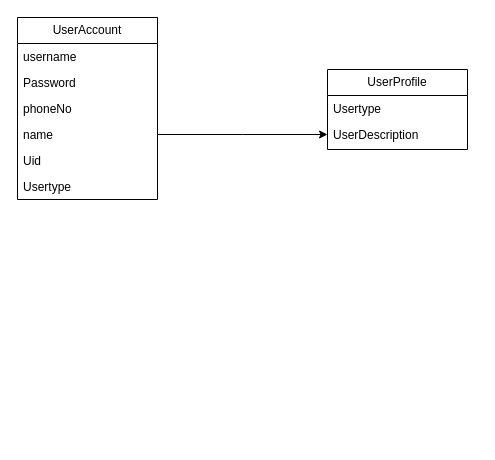
The draw.io diagram page "Page-16" (16 of 19) of BCE.drawio in junrenx/Diagrams, before the edit. Source tidied: cells renumbered, new cells numbered last; positions are measured from the earlier drawing's top-left corner, leaving out a move shared by most shapes. Both pictures are drawn from the tidied source at 100%, with x=0, y=0 at pixel (17, 17).
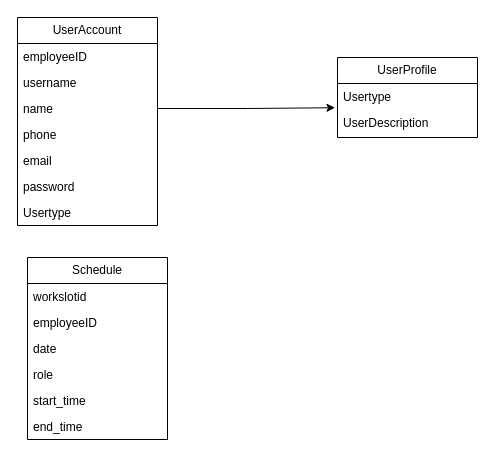
The same page after the edit.

The change refers to these unchanged cells:
```xml
<mxCell id="10" value="Usertype" style="text;strokeColor=none;fillColor=none;align=left;verticalAlign=top;spacingLeft=4;spacingRight=4;overflow=hidden;points=[[0,0.5],[1,0.5]];portConstraint=eastwest;whiteSpace=wrap;html=1;" parent="9" vertex="1">
  <mxGeometry y="26" width="140" height="26" as="geometry" />
</mxCell>
```

What changed in the source:
```diff
@@
     <mxCell id="2" value="UserAccount" style="swimlane;fontStyle=0;horizontal=1;startSize=26;fillColor=none;whiteSpace=wrap;html=1;" parent="1" vertex="1">
-      <mxGeometry width="140" height="182" as="geometry" />
+      <mxGeometry width="140" height="208" as="geometry" />
     </mxCell>
+    <mxCell id="7" value="employeeID" style="text;strokeColor=none;fillColor=none;align=left;verticalAlign=top;spacingLeft=4;spacingRight=4;overflow=hidden;whiteSpace=wrap;html=1;" parent="2" vertex="1">
+      <mxGeometry y="26" width="140" height="26" as="geometry" />
+    </mxCell>
     <mxCell id="3" value="username" style="text;strokeColor=none;fillColor=none;align=left;verticalAlign=top;spacingLeft=4;spacingRight=4;overflow=hidden;whiteSpace=wrap;html=1;" parent="2" vertex="1">
-      <mxGeometry y="26" width="140" height="26" as="geometry" />
+      <mxGeometry y="52" width="140" height="26" as="geometry" />
     </mxCell>
+    <mxCell id="6" value="name" style="text;strokeColor=none;fillColor=none;align=left;verticalAlign=top;spacingLeft=4;spacingRight=4;overflow=hidden;points=[[0,0.5],[1,0.5]];portConstraint=eastwest;whiteSpace=wrap;html=1;" parent="2" vertex="1">
+      <mxGeometry y="78" width="140" height="26" as="geometry" />
+    </mxCell>
+    <mxCell id="5" value="phone&lt;br&gt;" style="text;strokeColor=none;fillColor=none;align=left;verticalAlign=top;spacingLeft=4;spacingRight=4;overflow=hidden;whiteSpace=wrap;html=1;" parent="2" vertex="1">
+      <mxGeometry y="104" width="140" height="26" as="geometry" />
+    </mxCell>
+    <mxCell id="13" value="email" style="text;strokeColor=none;fillColor=none;align=left;verticalAlign=top;spacingLeft=4;spacingRight=4;overflow=hidden;whiteSpace=wrap;html=1;" parent="2" vertex="1">
+      <mxGeometry y="130" width="140" height="26" as="geometry" />
+    </mxCell>
-    <mxCell id="4" value="Password" style="text;strokeColor=none;fillColor=none;align=left;verticalAlign=top;spacingLeft=4;spacingRight=4;overflow=hidden;whiteSpace=wrap;html=1;" parent="2" vertex="1">
-      <mxGeometry y="52" width="140" height="26" as="geometry" />
+    <mxCell id="4" value="password" style="text;strokeColor=none;fillColor=none;align=left;verticalAlign=top;spacingLeft=4;spacingRight=4;overflow=hidden;whiteSpace=wrap;html=1;" parent="2" vertex="1">
+      <mxGeometry y="156" width="140" height="26" as="geometry" />
     </mxCell>
-    <mxCell id="5" value="phoneNo" style="text;strokeColor=none;fillColor=none;align=left;verticalAlign=top;spacingLeft=4;spacingRight=4;overflow=hidden;whiteSpace=wrap;html=1;" parent="2" vertex="1">
-      <mxGeometry y="78" width="140" height="26" as="geometry" />
-    </mxCell>
-    <mxCell id="6" value="name" style="text;strokeColor=none;fillColor=none;align=left;verticalAlign=top;spacingLeft=4;spacingRight=4;overflow=hidden;points=[[0,0.5],[1,0.5]];portConstraint=eastwest;whiteSpace=wrap;html=1;" parent="2" vertex="1">
-      <mxGeometry y="104" width="140" height="26" as="geometry" />
-    </mxCell>
-    <mxCell id="7" value="Uid" style="text;strokeColor=none;fillColor=none;align=left;verticalAlign=top;spacingLeft=4;spacingRight=4;overflow=hidden;whiteSpace=wrap;html=1;" parent="2" vertex="1">
-      <mxGeometry y="130" width="140" height="26" as="geometry" />
-    </mxCell>
     <mxCell id="8" value="Usertype" style="text;strokeColor=none;fillColor=none;align=left;verticalAlign=top;spacingLeft=4;spacingRight=4;overflow=hidden;whiteSpace=wrap;html=1;" parent="2" vertex="1">
-      <mxGeometry y="156" width="140" height="26" as="geometry" />
+      <mxGeometry y="182" width="140" height="26" as="geometry" />
     </mxCell>
     <mxCell id="9" value="UserProfile" style="swimlane;fontStyle=0;horizontal=1;startSize=26;fillColor=none;whiteSpace=wrap;html=1;" parent="1" vertex="1">
-      <mxGeometry x="310" y="52" width="140" height="80" as="geometry" />
+      <mxGeometry x="320" y="40" width="140" height="80" as="geometry" />
     </mxCell>
@@
-    <mxCell id="12" style="edgeStyle=orthogonalEdgeStyle;rounded=0;jettySize=auto;html=1;" parent="1" edge="1" source="6">
-      <mxGeometry relative="1" as="geometry">
-        <mxPoint x="310" y="117" as="targetPoint" />
-      </mxGeometry>
+    <mxCell id="12" style="edgeStyle=orthogonalEdgeStyle;rounded=0;jettySize=auto;html=1;entryX=-0.018;entryY=0.932;entryDx=0;entryDy=0;entryPerimeter=0;" parent="1" edge="1" source="6" target="10">
+      <mxGeometry relative="1" as="geometry" />
     </mxCell>
+    <mxCell id="14" value="Schedule" style="swimlane;fontStyle=0;horizontal=1;startSize=26;fillColor=none;whiteSpace=wrap;html=1;" parent="1" vertex="1">
+      <mxGeometry x="10" y="240" width="140" height="182" as="geometry" />
+    </mxCell>
+    <mxCell id="15" value="workslotid" style="text;strokeColor=none;fillColor=none;align=left;verticalAlign=top;spacingLeft=4;spacingRight=4;overflow=hidden;whiteSpace=wrap;html=1;" parent="14" vertex="1">
+      <mxGeometry y="26" width="140" height="26" as="geometry" />
+    </mxCell>
+    <mxCell id="16" value="employeeID" style="text;strokeColor=none;fillColor=none;align=left;verticalAlign=top;spacingLeft=4;spacingRight=4;overflow=hidden;whiteSpace=wrap;html=1;" parent="14" vertex="1">
+      <mxGeometry y="52" width="140" height="26" as="geometry" />
+    </mxCell>
+    <mxCell id="17" value="date" style="text;strokeColor=none;fillColor=none;align=left;verticalAlign=top;spacingLeft=4;spacingRight=4;overflow=hidden;whiteSpace=wrap;html=1;" parent="14" vertex="1">
+      <mxGeometry y="78" width="140" height="26" as="geometry" />
+    </mxCell>
+    <mxCell id="18" value="role" style="text;strokeColor=none;fillColor=none;align=left;verticalAlign=top;spacingLeft=4;spacingRight=4;overflow=hidden;whiteSpace=wrap;html=1;" parent="14" vertex="1">
+      <mxGeometry y="104" width="140" height="26" as="geometry" />
+    </mxCell>
+    <mxCell id="19" value="start_time" style="text;strokeColor=none;fillColor=none;align=left;verticalAlign=top;spacingLeft=4;spacingRight=4;overflow=hidden;whiteSpace=wrap;html=1;" parent="14" vertex="1">
+      <mxGeometry y="130" width="140" height="26" as="geometry" />
+    </mxCell>
+    <mxCell id="20" value="end_time" style="text;strokeColor=none;fillColor=none;align=left;verticalAlign=top;spacingLeft=4;spacingRight=4;overflow=hidden;whiteSpace=wrap;html=1;" parent="14" vertex="1">
+      <mxGeometry y="156" width="140" height="26" as="geometry" />
+    </mxCell>
```
